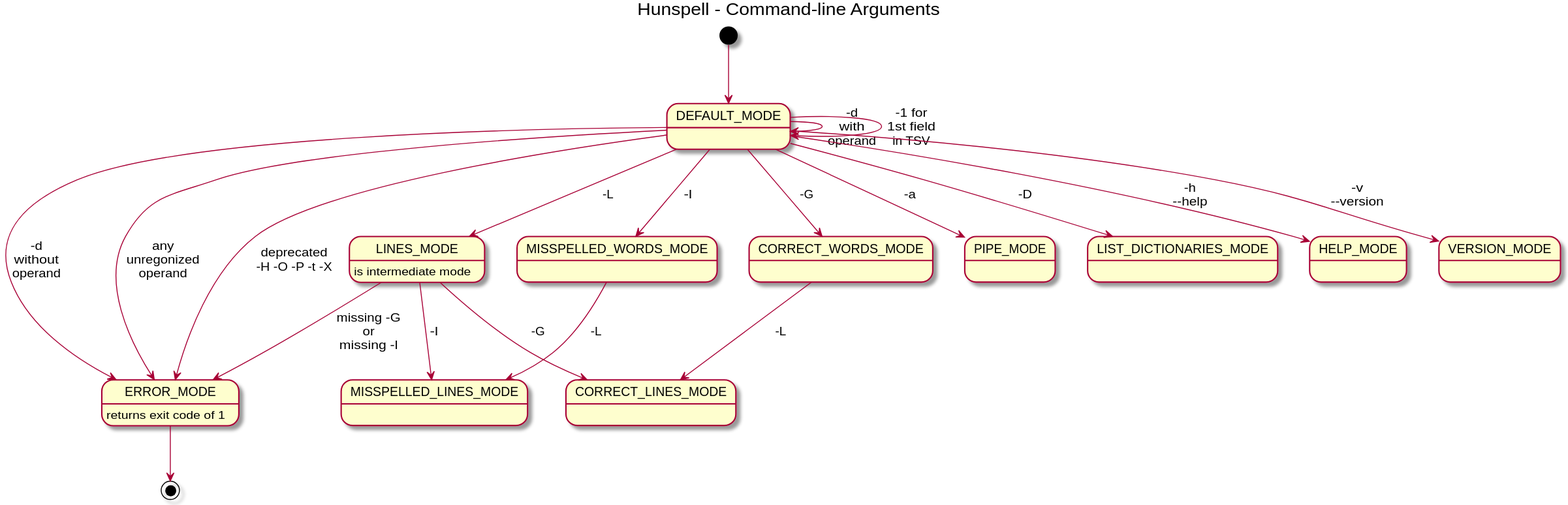
This is uml/state-diagrams/command-line-arguments-state-diagram.svg from nuspell/misc-nuspell, a PlantUML export, as it was before one commit. Its source is kept beside it as uml/plantuml/command-line-arguments-state-diagram.pu.
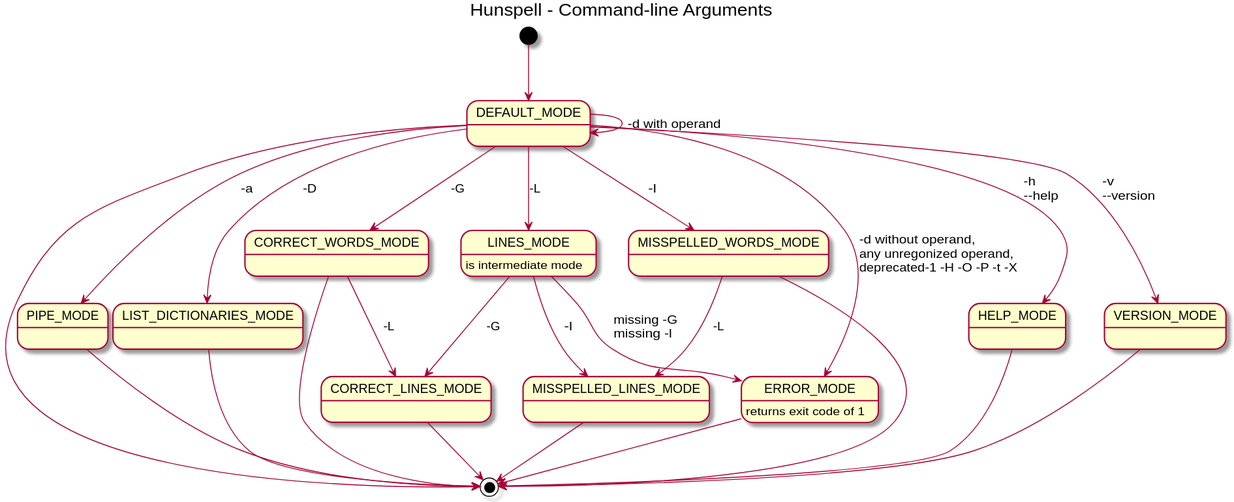
After the change.

What changed in the source:
```diff
@@ -4,34 +4,38 @@
 
 [*] --> DEFAULT_MODE
 
-DEFAULT_MODE --> DEFAULT_MODE : -d\nwith\noperand
-DEFAULT_MODE --> DEFAULT_MODE : -1 for\n1st field\nin TSV
-DEFAULT_MODE --> ERROR_MODE : -d\nwithout\noperand
+DEFAULT_MODE --> DEFAULT_MODE : -d with operand
+DEFAULT_MODE --> [*]
 
 DEFAULT_MODE --> PIPE_MODE : -a
+PIPE_MODE --> [*]
 
 DEFAULT_MODE --> LIST_DICTIONARIES_MODE : -D
+LIST_DICTIONARIES_MODE --> [*]
 
 DEFAULT_MODE --> CORRECT_WORDS_MODE : -G
-LINES_MODE --> CORRECT_LINES_MODE : -G
+CORRECT_WORDS_MODE --> CORRECT_LINES_MODE : -L
+CORRECT_WORDS_MODE --> [*]
+CORRECT_LINES_MODE --> [*]
 
 DEFAULT_MODE --> MISSPELLED_WORDS_MODE : -l
-LINES_MODE --> MISSPELLED_LINES_MODE : -l
+MISSPELLED_WORDS_MODE --> MISSPELLED_LINES_MODE : -L
+MISSPELLED_LINES_MODE --> [*]
+MISSPELLED_WORDS_MODE --> [*]
 
 DEFAULT_MODE --> LINES_MODE : -L
-MISSPELLED_WORDS_MODE --> MISSPELLED_LINES_MODE : -L
-CORRECT_WORDS_MODE --> CORRECT_LINES_MODE : -L
+LINES_MODE : is intermediate mode
+LINES_MODE --> CORRECT_LINES_MODE : -G
+LINES_MODE --> MISSPELLED_LINES_MODE : -l
+LINES_MODE --> ERROR_MODE : missing -G\lmissing -l
 
-DEFAULT_MODE --> HELP_MODE : -h\n--help
+DEFAULT_MODE --> HELP_MODE : -h\l--help
+HELP_MODE --> [*]
 
-DEFAULT_MODE --> VERSION_MODE : -v\n--version
+DEFAULT_MODE --> VERSION_MODE : -v\l--version
+VERSION_MODE --> [*]
 
-DEFAULT_MODE --> ERROR_MODE : any\nunregonized\noperand
-DEFAULT_MODE --> ERROR_MODE : deprecated\n-H -O -P -t -X
-
-LINES_MODE --> ERROR_MODE : missing -G\nor\nmissing -l
-LINES_MODE : is intermediate mode
-
+DEFAULT_MODE --> ERROR_MODE : -d without operand,\lany unregonized operand,\ldeprecated-1 -H -O -P -t -X
 ERROR_MODE --> [*]
 ERROR_MODE : returns exit code of 1
 
```
